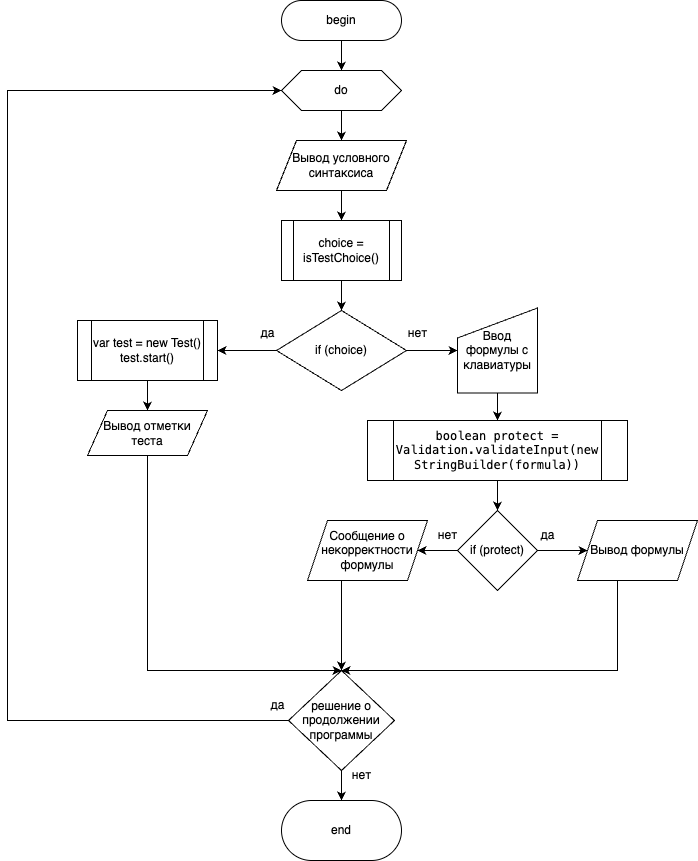
Before: LabsLOIS/FirstLab/schemes/main.png, a diagram exported from draw.io (L1x0/LabsBSUIR). Source tidied: cells renumbered, new cells last; positions are measured from the earlier drawing's top-left corner, leaving out a move shared by most shapes.
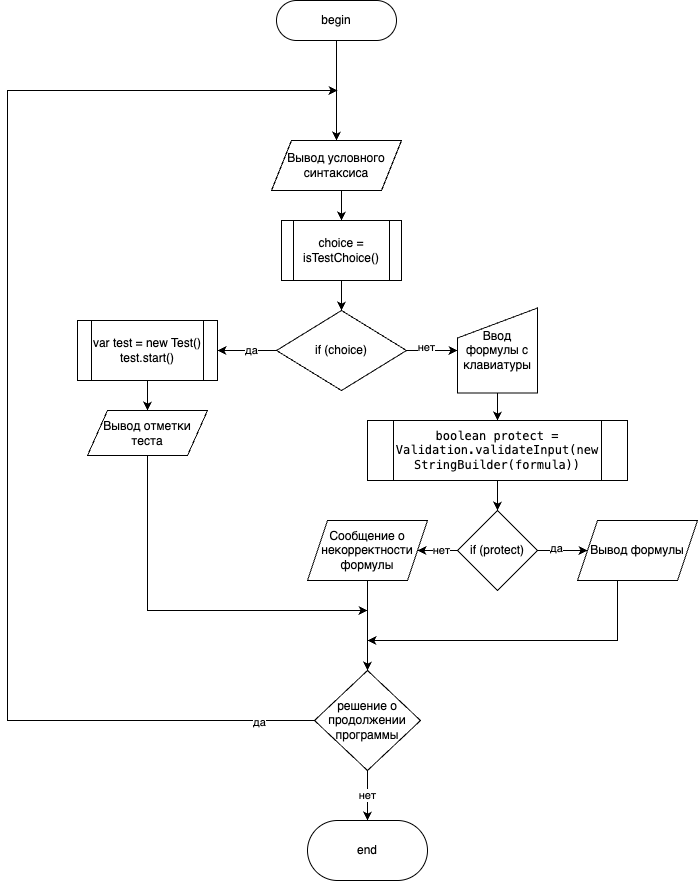
After the commit.

Change to the diagram source:
```diff
@@ -2,18 +2,12 @@
   <root>
     <mxCell id="0" />
     <mxCell id="1" parent="0" />
-    <mxCell id="2" style="edgeStyle=orthogonalEdgeStyle;rounded=0;jettySize=auto;html=1;exitX=0.5;exitY=1;exitDx=0;exitDy=0;entryX=0.5;entryY=0;entryDx=0;entryDy=0;" parent="1" edge="1" source="3" target="5">
+    <mxCell id="2" style="edgeStyle=orthogonalEdgeStyle;rounded=0;jettySize=auto;html=1;exitX=0.5;exitY=1;exitDx=0;exitDy=0;entryX=0.5;entryY=0;entryDx=0;entryDy=0;" parent="1" edge="1" source="3" target="8">
       <mxGeometry relative="1" as="geometry" />
     </mxCell>
     <mxCell id="3" value="begin" style="rounded=1;whiteSpace=wrap;html=1;arcSize=50;" parent="1" vertex="1">
-      <mxGeometry x="274" width="120" height="40" as="geometry" />
+      <mxGeometry x="269" width="120" height="40" as="geometry" />
     </mxCell>
-    <mxCell id="4" style="edgeStyle=orthogonalEdgeStyle;rounded=0;jettySize=auto;html=1;exitX=0.5;exitY=1;exitDx=0;exitDy=0;entryX=0.5;entryY=0;entryDx=0;entryDy=0;" parent="1" edge="1" source="5" target="8">
-      <mxGeometry relative="1" as="geometry" />
-    </mxCell>
-    <mxCell id="5" value="do" style="shape=hexagon;perimeter=hexagonPerimeter2;whiteSpace=wrap;html=1;fixedSize=1;" parent="1" vertex="1">
-      <mxGeometry x="274" y="70" width="120" height="40" as="geometry" />
-    </mxCell>
     <mxCell id="6" style="edgeStyle=orthogonalEdgeStyle;rounded=0;orthogonalLoop=1;jettySize=auto;html=1;exitX=0.5;exitY=1;exitDx=0;exitDy=0;" parent="1" edge="1" source="3" target="3">
       <mxGeometry relative="1" as="geometry" />
     </mxCell>
@@ -21,14 +15,20 @@
       <mxGeometry relative="1" as="geometry" />
     </mxCell>
     <mxCell id="8" value="Вывод условного&lt;br&gt;синтаксиса" style="shape=parallelogram;perimeter=parallelogramPerimeter;whiteSpace=wrap;html=1;fixedSize=1;" parent="1" vertex="1">
-      <mxGeometry x="269" y="140" width="130" height="50" as="geometry" />
+      <mxGeometry x="264" y="140" width="130" height="50" as="geometry" />
     </mxCell>
     <mxCell id="9" style="edgeStyle=orthogonalEdgeStyle;rounded=0;jettySize=auto;html=1;entryX=1;entryY=0.5;entryDx=0;entryDy=0;" parent="1" edge="1" source="11" target="15">
       <mxGeometry relative="1" as="geometry" />
     </mxCell>
+    <mxCell id="39" value="да" style="edgeLabel;html=1;align=center;verticalAlign=middle;" parent="9" vertex="1">
+      <mxGeometry x="-0.13" relative="1" as="geometry" />
+    </mxCell>
     <mxCell id="10" style="edgeStyle=orthogonalEdgeStyle;rounded=0;jettySize=auto;html=1;entryX=0;entryY=0.5;entryDx=0;entryDy=0;" parent="1" edge="1" source="11" target="20">
       <mxGeometry relative="1" as="geometry" />
     </mxCell>
+    <mxCell id="40" value="нет" style="edgeLabel;html=1;align=center;verticalAlign=middle;" parent="10" vertex="1">
+      <mxGeometry x="-0.22" y="3" relative="1" as="geometry" />
+    </mxCell>
     <mxCell id="11" value="if (choice)" style="rhombus;whiteSpace=wrap;html=1;" parent="1" vertex="1">
       <mxGeometry x="269" y="310" width="130" height="80" as="geometry" />
     </mxCell>
@@ -44,13 +44,11 @@
     <mxCell id="15" value="var test = new Test()&lt;br&gt;test.start()" style="shape=process;whiteSpace=wrap;html=1;backgroundOutline=1;" parent="1" vertex="1">
       <mxGeometry x="70" y="320" width="140" height="60" as="geometry" />
     </mxCell>
-    <mxCell id="16" value="да" style="text;html=1;align=center;verticalAlign=middle;strokeColor=none;fillColor=none;" parent="1" vertex="1">
-      <mxGeometry x="240" y="318" width="40" height="30" as="geometry" />
-    </mxCell>
-    <mxCell id="17" style="edgeStyle=orthogonalEdgeStyle;rounded=0;jettySize=auto;html=1;entryX=0.5;entryY=0;entryDx=0;entryDy=0;" parent="1" edge="1" source="18" target="33">
+    <mxCell id="17" style="edgeStyle=orthogonalEdgeStyle;rounded=0;jettySize=auto;html=1;" parent="1" edge="1" source="18">
       <mxGeometry relative="1" as="geometry">
+        <mxPoint x="360" y="610" as="targetPoint" />
         <Array as="points">
-          <mxPoint x="140" y="670" />
+          <mxPoint x="140" y="610" />
         </Array>
       </mxGeometry>
     </mxCell>
@@ -63,9 +61,6 @@
     <mxCell id="20" value="Ввод формулы с клавиатуры" style="shape=manualInput;whiteSpace=wrap;html=1;" parent="1" vertex="1">
       <mxGeometry x="450" y="307.5" width="80" height="85" as="geometry" />
     </mxCell>
-    <mxCell id="21" value="нет" style="text;html=1;align=center;verticalAlign=middle;strokeColor=none;fillColor=none;" parent="1" vertex="1">
-      <mxGeometry x="390" y="318" width="40" height="30" as="geometry" />
-    </mxCell>
     <mxCell id="22" style="edgeStyle=orthogonalEdgeStyle;rounded=0;jettySize=auto;html=1;" parent="1" edge="1" source="23" target="26">
       <mxGeometry relative="1" as="geometry" />
     </mxCell>
@@ -75,60 +70,55 @@
     <mxCell id="24" style="edgeStyle=orthogonalEdgeStyle;rounded=0;jettySize=auto;html=1;entryX=0;entryY=0.5;entryDx=0;entryDy=0;" parent="1" edge="1" source="26" target="28">
       <mxGeometry relative="1" as="geometry" />
     </mxCell>
+    <mxCell id="41" value="да" style="edgeLabel;html=1;align=center;verticalAlign=middle;" parent="24" vertex="1">
+      <mxGeometry x="-0.28" y="2" relative="1" as="geometry" />
+    </mxCell>
     <mxCell id="25" style="edgeStyle=orthogonalEdgeStyle;rounded=0;jettySize=auto;html=1;entryX=1;entryY=0.5;entryDx=0;entryDy=0;" parent="1" edge="1" source="26" target="30">
       <mxGeometry relative="1" as="geometry" />
     </mxCell>
+    <mxCell id="42" value="нет" style="edgeLabel;html=1;align=center;verticalAlign=middle;" parent="25" vertex="1">
+      <mxGeometry x="0.22" relative="1" as="geometry" />
+    </mxCell>
     <mxCell id="26" value="if (protect)" style="rhombus;whiteSpace=wrap;html=1;" parent="1" vertex="1">
       <mxGeometry x="450" y="510" width="80" height="80" as="geometry" />
     </mxCell>
-    <mxCell id="27" style="edgeStyle=orthogonalEdgeStyle;rounded=0;jettySize=auto;html=1;" parent="1" edge="1" source="28" target="33">
+    <mxCell id="27" style="edgeStyle=orthogonalEdgeStyle;rounded=0;jettySize=auto;html=1;" parent="1" edge="1" source="28">
       <mxGeometry relative="1" as="geometry">
+        <mxPoint x="360" y="640" as="targetPoint" />
         <Array as="points">
-          <mxPoint x="610" y="670" />
+          <mxPoint x="610" y="640" />
         </Array>
       </mxGeometry>
     </mxCell>
     <mxCell id="28" value="Вывод формулы" style="shape=parallelogram;perimeter=parallelogramPerimeter;whiteSpace=wrap;html=1;fixedSize=1;" parent="1" vertex="1">
       <mxGeometry x="570" y="520" width="120" height="60" as="geometry" />
     </mxCell>
-    <mxCell id="29" style="edgeStyle=orthogonalEdgeStyle;rounded=0;jettySize=auto;html=1;entryX=0.5;entryY=0;entryDx=0;entryDy=0;exitX=0.5;exitY=1;exitDx=0;exitDy=0;" parent="1" edge="1" source="30" target="33">
-      <mxGeometry relative="1" as="geometry">
-        <Array as="points">
-          <mxPoint x="334" y="580" />
-        </Array>
-      </mxGeometry>
+    <mxCell id="29" style="edgeStyle=orthogonalEdgeStyle;rounded=0;jettySize=auto;html=1;" parent="1" edge="1" source="30" target="33">
+      <mxGeometry relative="1" as="geometry" />
     </mxCell>
     <mxCell id="30" value="Сообщение о некорректности формулы" style="shape=parallelogram;perimeter=parallelogramPerimeter;whiteSpace=wrap;html=1;fixedSize=1;" parent="1" vertex="1">
       <mxGeometry x="300" y="520" width="120" height="60" as="geometry" />
     </mxCell>
-    <mxCell id="31" style="edgeStyle=orthogonalEdgeStyle;rounded=0;jettySize=auto;html=1;entryX=0;entryY=0.5;entryDx=0;entryDy=0;" parent="1" edge="1" source="33" target="5">
+    <mxCell id="31" style="edgeStyle=orthogonalEdgeStyle;rounded=0;jettySize=auto;html=1;" parent="1" edge="1" source="33">
       <mxGeometry relative="1" as="geometry">
+        <mxPoint x="330" y="90" as="targetPoint" />
         <Array as="points">
           <mxPoint y="720" />
           <mxPoint y="90" />
         </Array>
       </mxGeometry>
     </mxCell>
+    <mxCell id="43" value="да" style="edgeLabel;html=1;align=center;verticalAlign=middle;" parent="31" vertex="1">
+      <mxGeometry x="-0.91" y="2" relative="1" as="geometry" />
+    </mxCell>
-    <mxCell id="32" style="edgeStyle=orthogonalEdgeStyle;rounded=0;jettySize=auto;html=1;" parent="1" edge="1" source="33" target="38">
+    <mxCell id="32" value="нет" style="edgeStyle=orthogonalEdgeStyle;rounded=0;jettySize=auto;html=1;" parent="1" edge="1" source="33" target="38">
       <mxGeometry relative="1" as="geometry" />
     </mxCell>
     <mxCell id="33" value="решение о продолжении программы" style="rhombus;whiteSpace=wrap;html=1;" parent="1" vertex="1">
-      <mxGeometry x="281" y="670" width="106" height="100" as="geometry" />
+      <mxGeometry x="307" y="670" width="106" height="100" as="geometry" />
     </mxCell>
-    <mxCell id="34" value="да" style="text;html=1;align=center;verticalAlign=middle;strokeColor=none;fillColor=none;" parent="1" vertex="1">
-      <mxGeometry x="520" y="520" width="40" height="30" as="geometry" />
-    </mxCell>
-    <mxCell id="35" value="нет" style="text;html=1;align=center;verticalAlign=middle;strokeColor=none;fillColor=none;" parent="1" vertex="1">
-      <mxGeometry x="420" y="520" width="40" height="30" as="geometry" />
-    </mxCell>
-    <mxCell id="36" value="да" style="text;html=1;align=center;verticalAlign=middle;strokeColor=none;fillColor=none;" parent="1" vertex="1">
-      <mxGeometry x="250" y="690" width="40" height="30" as="geometry" />
-    </mxCell>
-    <mxCell id="37" value="нет" style="text;html=1;align=center;verticalAlign=middle;strokeColor=none;fillColor=none;" parent="1" vertex="1">
-      <mxGeometry x="334" y="760" width="40" height="30" as="geometry" />
-    </mxCell>
     <mxCell id="38" value="end" style="rounded=1;whiteSpace=wrap;html=1;arcSize=50;" parent="1" vertex="1">
-      <mxGeometry x="274" y="800" width="120" height="60" as="geometry" />
+      <mxGeometry x="300" y="820" width="120" height="60" as="geometry" />
     </mxCell>
   </root>
 </mxGraphModel>
```
